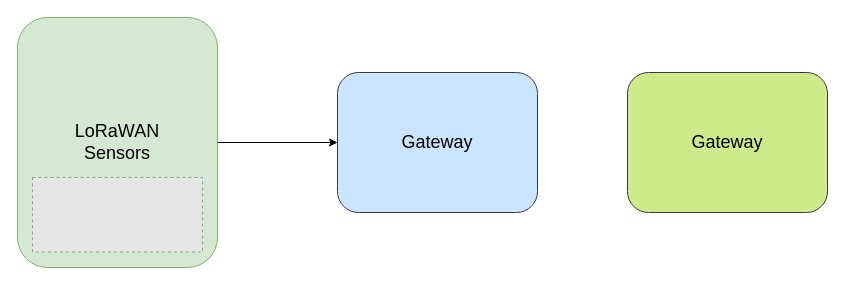
This is Capstone.drawio from force445/Draw.io, a draw.io file, before an edit. Source tidied: cells renumbered, new cells numbered last; positions are measured from the earlier drawing's top-left corner, leaving out a move shared by most shapes. Both pictures are drawn from the tidied source at 100%, with x=0, y=0 at pixel (17, 17). Pictures stored in the file or linked from it are replaced by grey dashed boxes.
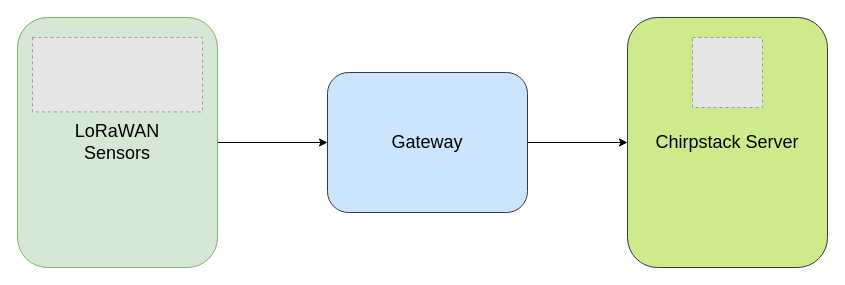
Above is the later version.

Change to the diagram source:
```diff
@@
 <mxGraphModel>
   <root>
     <mxCell id="0" />
     <mxCell id="1" parent="0" />
     <mxCell id="2" style="edgeStyle=orthogonalEdgeStyle;rounded=0;jettySize=auto;html=1;entryX=0;entryY=0.5;entryDx=0;entryDy=0;" parent="1" edge="1" source="3" target="4">
       <mxGeometry relative="1" as="geometry" />
     </mxCell>
     <mxCell id="3" value="&lt;font style=&quot;font-size: 18px;&quot;&gt;LoRaWAN&lt;/font&gt;&lt;div style=&quot;font-size: 18px;&quot;&gt;&lt;font style=&quot;font-size: 18px;&quot;&gt;Sensors&lt;/font&gt;&lt;/div&gt;" style="rounded=1;whiteSpace=wrap;html=1;fillColor=#d5e8d4;strokeColor=#82b366;" parent="1" vertex="1">
       <mxGeometry width="200" height="250" as="geometry" />
     </mxCell>
+    <mxCell id="7" style="edgeStyle=orthogonalEdgeStyle;rounded=0;jettySize=auto;html=1;" parent="1" edge="1" source="4" target="6">
+      <mxGeometry relative="1" as="geometry" />
+    </mxCell>
     <mxCell id="4" value="&lt;span style=&quot;font-size: 18px;&quot;&gt;Gateway&lt;/span&gt;" style="rounded=1;whiteSpace=wrap;html=1;fillColor=#cce5ff;strokeColor=#36393d;" parent="1" vertex="1">
-      <mxGeometry x="320" y="55" width="200" height="140" as="geometry" />
+      <mxGeometry x="310" y="55" width="200" height="140" as="geometry" />
     </mxCell>
     <mxCell id="5" style="fillColor=#E6E6E6;strokeColor=#999999;dashed=1;verticalLabelPosition=bottom;labelBackgroundColor=default;verticalAlign=top;" parent="1" vertex="1">
-      <mxGeometry x="15" y="160" width="170" height="74.4" as="geometry" />
+      <mxGeometry x="15" y="20" width="170" height="74.4" as="geometry" />
     </mxCell>
-    <mxCell id="6" value="&lt;span style=&quot;font-size: 18px;&quot;&gt;Gateway&lt;/span&gt;" style="rounded=1;whiteSpace=wrap;html=1;fillColor=#cdeb8b;strokeColor=#36393d;" parent="1" vertex="1">
-      <mxGeometry x="610" y="55" width="200" height="140" as="geometry" />
+    <mxCell id="6" value="&lt;span style=&quot;font-size: 18px;&quot;&gt;Chirpstack Server&lt;/span&gt;" style="rounded=1;whiteSpace=wrap;html=1;fillColor=#cdeb8b;strokeColor=#36393d;" parent="1" vertex="1">
+      <mxGeometry x="610" width="200" height="250" as="geometry" />
     </mxCell>
+    <mxCell id="8" style="fillColor=#E6E6E6;strokeColor=#999999;dashed=1;verticalLabelPosition=bottom;labelBackgroundColor=default;verticalAlign=top;" parent="1" vertex="1">
+      <mxGeometry x="675" y="20" width="70" height="70" as="geometry" />
+    </mxCell>
   </root>
 </mxGraphModel>
```
